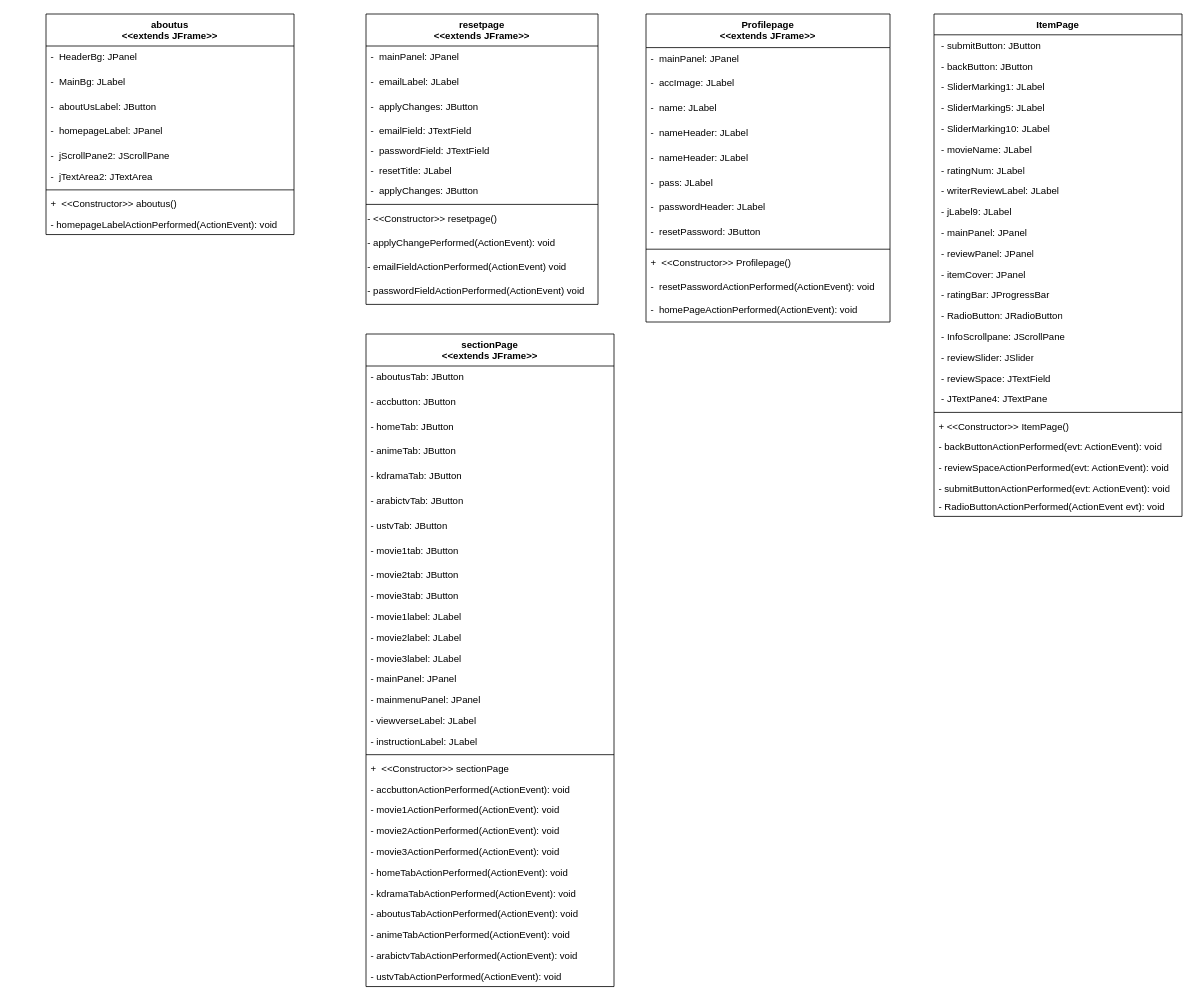
Before: MarshaDiagram.drawio in LordDdanielHan/test, a draw.io diagram. Source tidied: cells renumbered, new cells numbered last; positions are measured from the earlier drawing's top-left corner, leaving out a move shared by most shapes. Both pictures are drawn from the tidied source at 80%, with x=0, y=0 at pixel (46, 14).
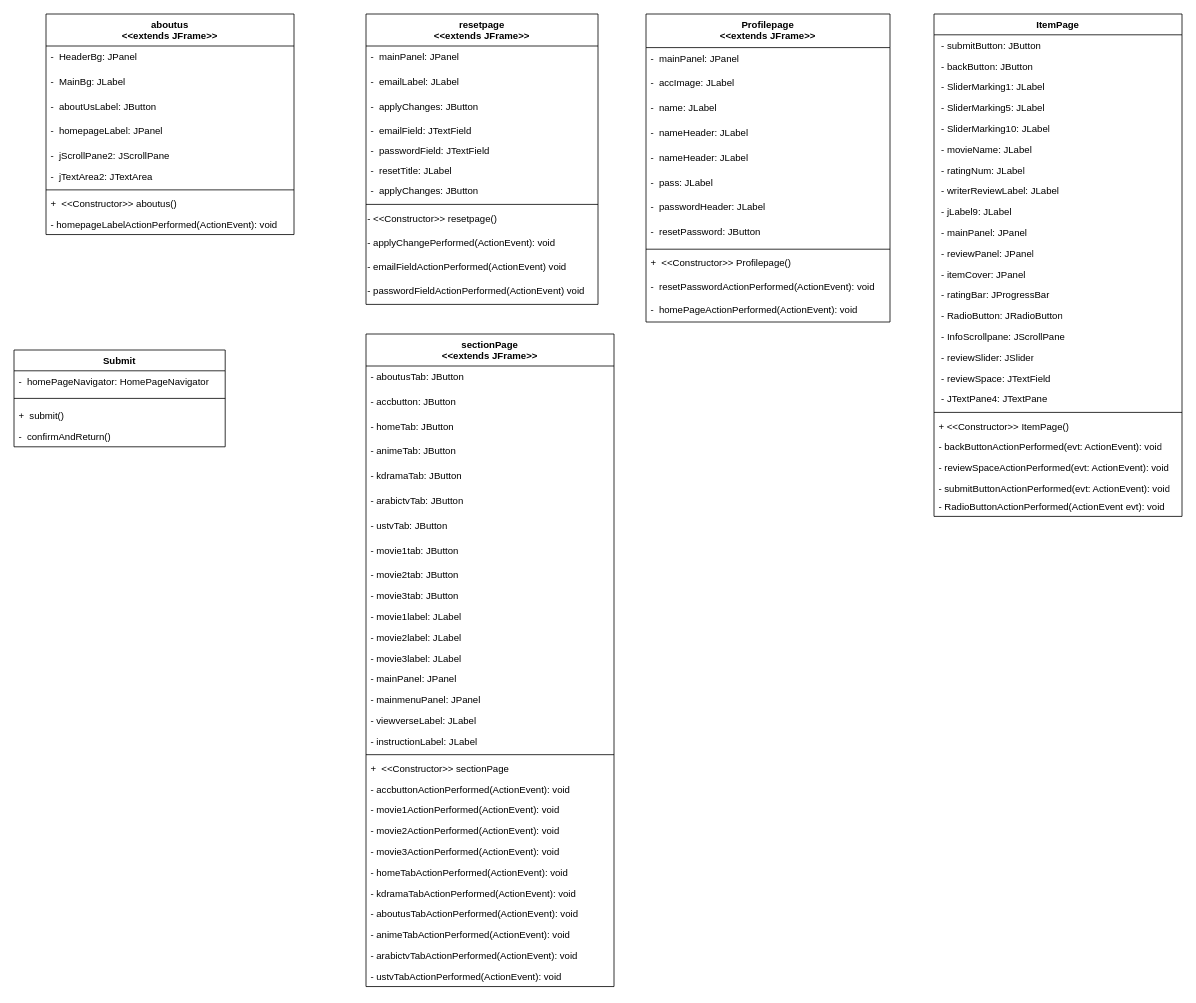
Above is the later version.

The edit, as a diff of the source:
```diff
@@
+    <mxCell id="93" value="Submit" style="swimlane;fontStyle=1;align=center;verticalAlign=top;horizontal=1;startSize=26;whiteSpace=wrap;html=1;" parent="1" vertex="1">
+      <mxGeometry x="-40" y="420" width="264" height="121" as="geometry" />
+    </mxCell>
+    <mxCell id="94" value="-&amp;nbsp; homePageNavigator: HomePageNavigator" style="text;strokeColor=none;fillColor=none;align=left;verticalAlign=top;spacingLeft=4;spacingRight=4;overflow=hidden;whiteSpace=wrap;html=1;" parent="93" vertex="1">
+      <mxGeometry y="26" width="264" height="26" as="geometry" />
+    </mxCell>
+    <mxCell id="95" style="line;strokeWidth=1;fillColor=none;align=left;verticalAlign=middle;spacingTop=-1;spacingLeft=3;spacingRight=3;labelPosition=right;strokeColor=inherit;" parent="93" vertex="1">
+      <mxGeometry y="52" width="264" height="17" as="geometry" />
+    </mxCell>
+    <mxCell id="96" value="+&amp;nbsp; submit()" style="text;strokeColor=none;fillColor=none;align=left;verticalAlign=top;spacingLeft=4;spacingRight=4;overflow=hidden;whiteSpace=wrap;html=1;" parent="93" vertex="1">
+      <mxGeometry y="69" width="264" height="26" as="geometry" />
+    </mxCell>
+    <mxCell id="97" value="-&amp;nbsp; confirmAndReturn()" style="text;strokeColor=none;fillColor=none;align=left;verticalAlign=top;spacingLeft=4;spacingRight=4;overflow=hidden;whiteSpace=wrap;html=1;" parent="93" vertex="1">
+      <mxGeometry y="95" width="264" height="26" as="geometry" />
+    </mxCell>
```
